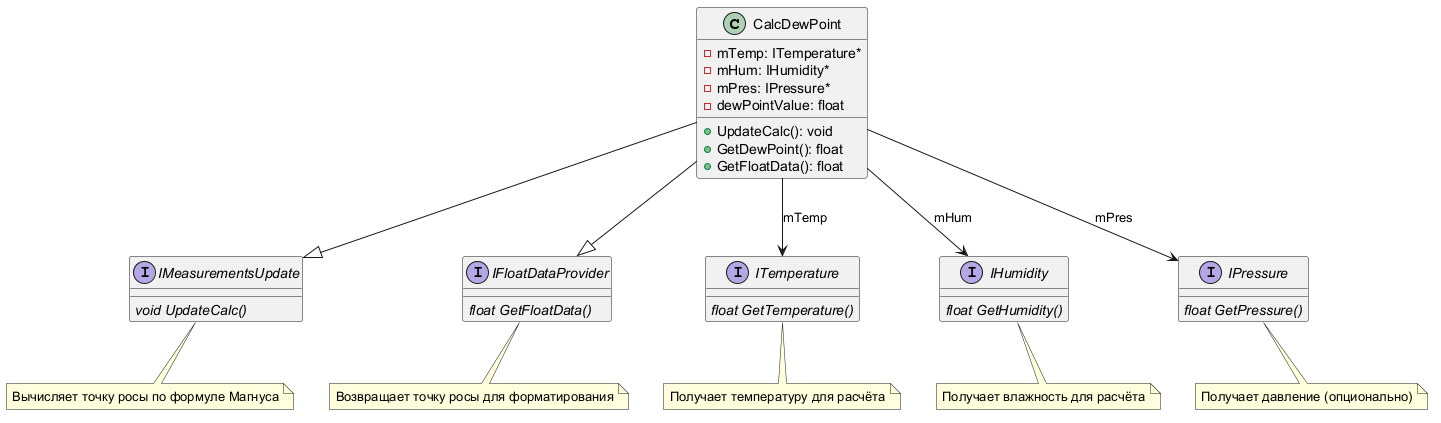
Cuprum1736/IAR-lab keeps this PlantUML diagram as images/puml_files/CalcDewPoint.png. Above is the earlier version.
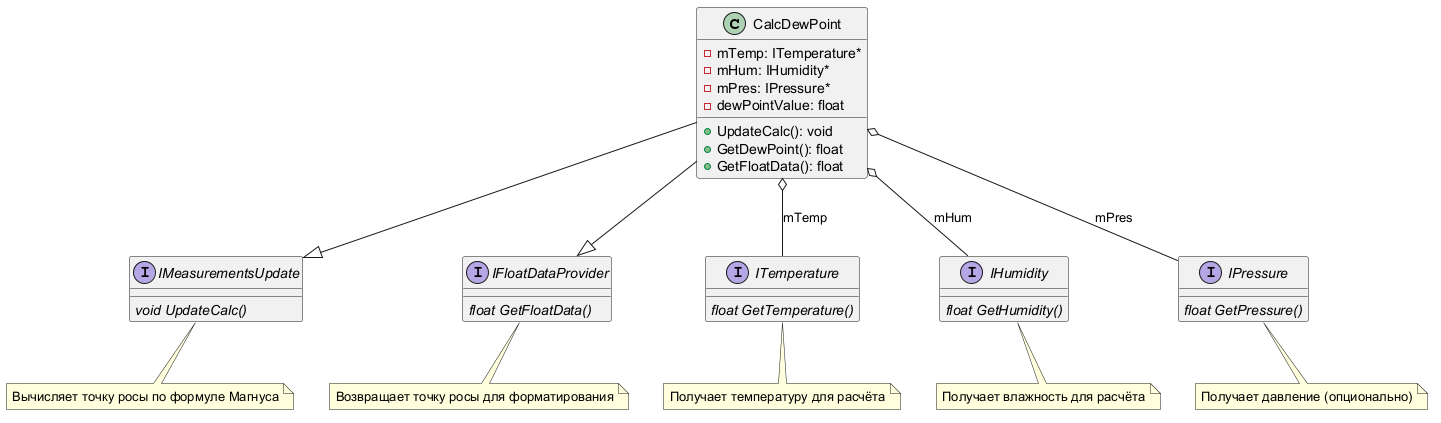
After the commit.

What changed in the source:
```diff
@@ -1,4 +1,4 @@
-@startuml CalcDewPoint
+@startuml
 class CalcDewPoint
 {
     - mTemp: ITemperature*
@@ -37,9 +37,9 @@
 
 CalcDewPoint --|> IMeasurementsUpdate
 CalcDewPoint --|> IFloatDataProvider
-CalcDewPoint --> ITemperature : mTemp
-CalcDewPoint --> IHumidity : mHum
-CalcDewPoint --> IPressure : mPres
+CalcDewPoint o-- ITemperature : mTemp
+CalcDewPoint o-- IHumidity : mHum
+CalcDewPoint o-- IPressure : mPres
 
 note bottom of IMeasurementsUpdate
   Вычисляет точку росы по формуле Магнуса
```
